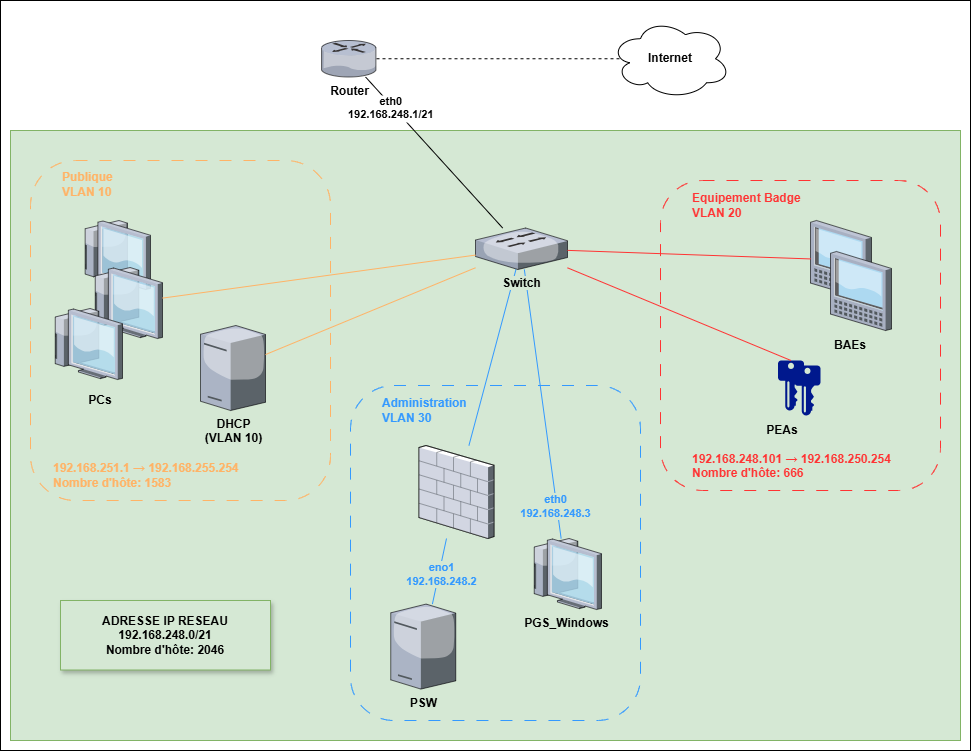
Before: PartieCommune/Reseau/InfraReseau(finale).png, a diagram exported from draw.io (RobinMartineau/Acc-s-campus-). Source tidied: cells renumbered, new cells last; positions are measured from the earlier drawing's top-left corner, leaving out a move shared by most shapes.
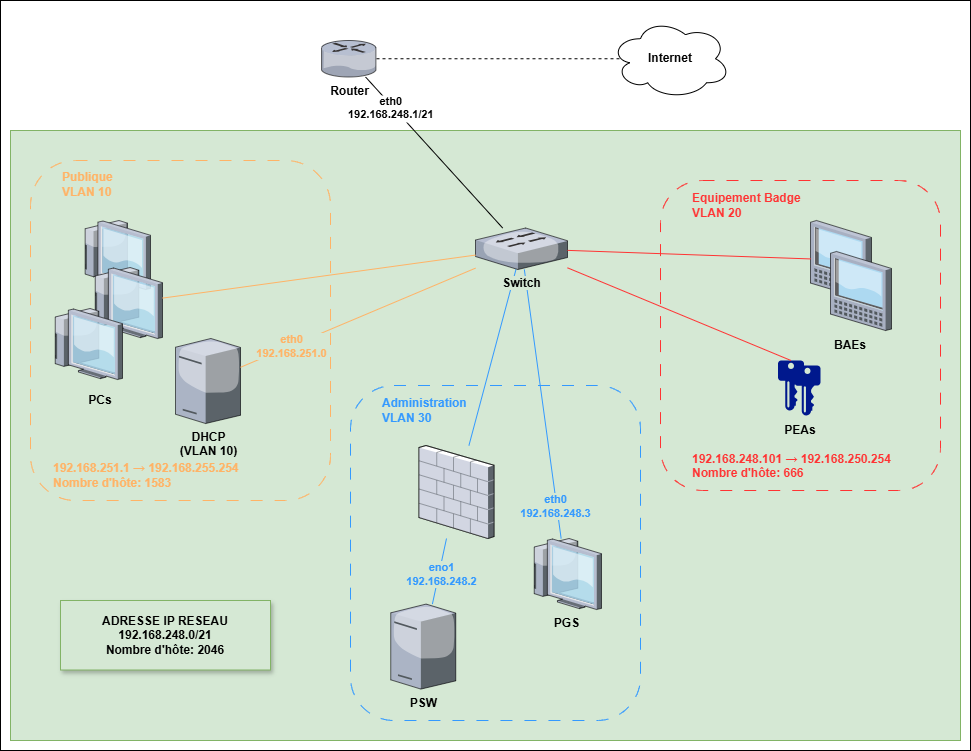
Above is the later version.

Commit message:
Correction d'une erreur sur le schemas reseau finale

Diff of the diagram source:
```diff
@@ -20,7 +20,7 @@
     <mxCell id="7" style="shadow=0;dashed=0;html=1;strokeColor=none;labelPosition=center;verticalLabelPosition=bottom;verticalAlign=top;align=center;fillColor=#00188D;shape=mxgraph.mscae.enterprise.key_permissions;" parent="1" vertex="1">
       <mxGeometry x="777.5" y="360" width="26" height="50" as="geometry" />
     </mxCell>
-    <mxCell id="8" value="&lt;b&gt;PGS_Windows&lt;/b&gt;" style="verticalLabelPosition=bottom;sketch=0;html=1;verticalAlign=top;strokeColor=none;align=center;outlineConnect=0;shape=mxgraph.citrix.thin_client;" parent="1" vertex="1">
+    <mxCell id="8" value="&lt;b&gt;PGS&lt;/b&gt;" style="verticalLabelPosition=bottom;sketch=0;html=1;verticalAlign=top;strokeColor=none;align=center;outlineConnect=0;shape=mxgraph.citrix.thin_client;" parent="1" vertex="1">
       <mxGeometry x="530" y="538" width="71" height="71" as="geometry" />
     </mxCell>
     <mxCell id="9" style="shadow=0;dashed=0;html=1;strokeColor=none;labelPosition=center;verticalLabelPosition=bottom;verticalAlign=top;align=center;fillColor=#00188D;shape=mxgraph.mscae.enterprise.key_permissions;" parent="1" vertex="1">
@@ -79,7 +79,7 @@
       <mxGeometry x="820" y="330" width="60" height="30" as="geometry" />
     </mxCell>
     <mxCell id="26" value="PEAs" style="text;html=1;align=center;verticalAlign=middle;whiteSpace=wrap;rounded=0;fontStyle=1;" parent="1" vertex="1">
-      <mxGeometry x="751.5" y="415" width="60" height="30" as="geometry" />
+      <mxGeometry x="770" y="415" width="60" height="30" as="geometry" />
     </mxCell>
     <mxCell id="27" value="Publique&lt;div&gt;&lt;font&gt;VLAN 10&lt;/font&gt;&lt;/div&gt;" style="text;html=1;align=left;verticalAlign=middle;whiteSpace=wrap;rounded=0;fontStyle=1;fontColor=#FFB366;" parent="1" vertex="1">
       <mxGeometry x="60" y="169" width="60" height="30" as="geometry" />
@@ -123,10 +123,15 @@
       <mxGeometry x="51" y="460" width="200" height="30" as="geometry" />
     </mxCell>
     <mxCell id="40" value="&lt;b&gt;DHCP&lt;/b&gt;&lt;div&gt;&lt;b&gt;(VLAN 10)&lt;/b&gt;&lt;/div&gt;" style="verticalLabelPosition=bottom;sketch=0;html=1;verticalAlign=top;strokeColor=none;align=center;outlineConnect=0;shape=mxgraph.citrix.license_server;" parent="1" vertex="1">
-      <mxGeometry x="200" y="325" width="65" height="85" as="geometry" />
+      <mxGeometry x="175" y="338" width="65" height="85" as="geometry" />
     </mxCell>
     <mxCell id="41" style="endArrow=none;html=1;rounded=0;strokeColor=#FFB366;" parent="1" edge="1" source="40" target="15">
       <mxGeometry relative="1" as="geometry" />
     </mxCell>
+    <mxCell id="42" value="eth0&lt;div&gt;192.168.251.0&lt;/div&gt;" style="edgeLabel;html=1;align=center;verticalAlign=middle;labelBackgroundColor=light-dark(#d5e8d4, #ededed);fontStyle=1;fontColor=light-dark(#FFB366,#EDEDED);textShadow=0;" parent="41" vertex="1">
+      <mxGeometry x="-0.71" y="2" relative="1" as="geometry">
+        <mxPoint x="16" y="-5" as="offset" />
+      </mxGeometry>
+    </mxCell>
   </root>
 </mxGraphModel>
```
